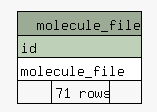
Earlier version of the Graphviz export schemaspy/output/diagrams/summary/molecule_file.1degree.png (dsmurrell/smmpdb). Its source is kept beside it as schemaspy/output/diagrams/summary/molecule_file.1degree.dot.
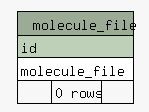
After the commit.

Diff of the diagram source:
```diff
@@ -21,7 +21,7 @@
       <TR><TD COLSPAN="3" BGCOLOR="#9bab96" ALIGN="CENTER">molecule_file</TD></TR>
       <TR><TD PORT="id" COLSPAN="3" BGCOLOR="#bed1b8" ALIGN="LEFT">id</TD></TR>
       <TR><TD PORT="molecule_file" COLSPAN="3" ALIGN="LEFT">molecule_file</TD></TR>
-      <TR><TD ALIGN="LEFT" BGCOLOR="#f7f7f7">  </TD><TD ALIGN="RIGHT" BGCOLOR="#f7f7f7">71 rows</TD><TD ALIGN="RIGHT" BGCOLOR="#f7f7f7">  </TD></TR>
+      <TR><TD ALIGN="LEFT" BGCOLOR="#f7f7f7">  </TD><TD ALIGN="RIGHT" BGCOLOR="#f7f7f7">0 rows</TD><TD ALIGN="RIGHT" BGCOLOR="#f7f7f7">  </TD></TR>
     </TABLE>>
     URL="tables/molecule_file.html"
     tooltip="molecule_file"
```
